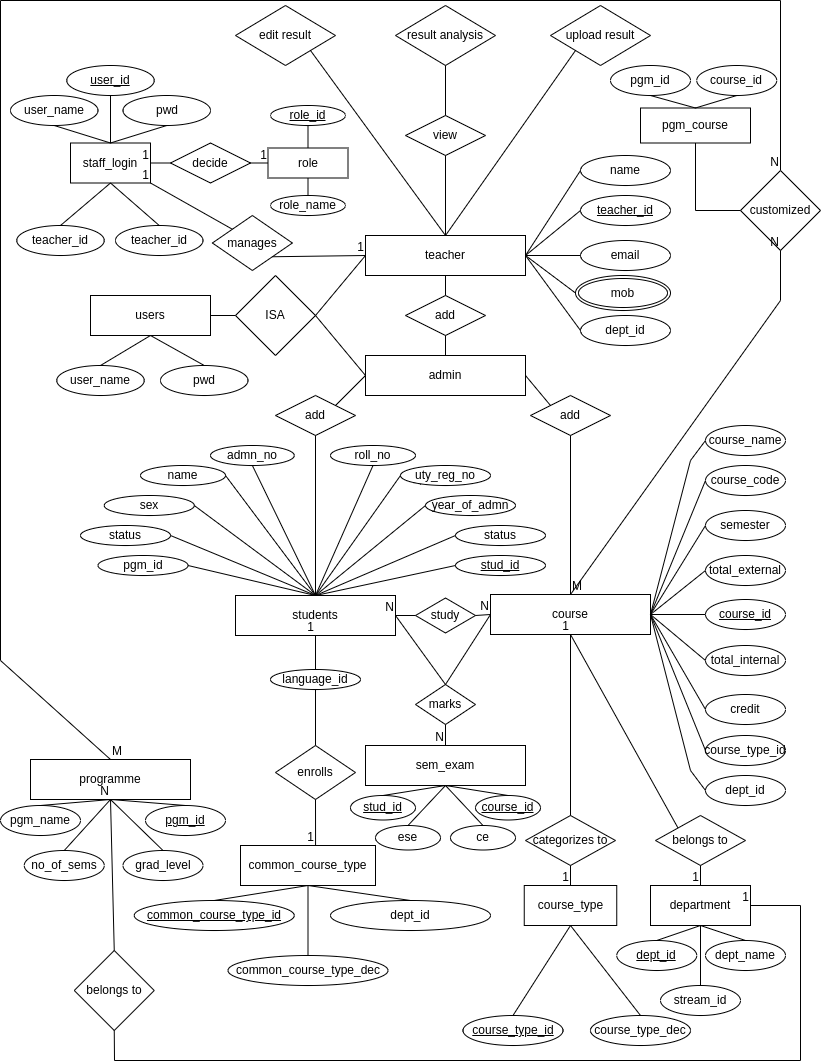
Above: RAS_Project_Report/er.png in Anjana2002/RAS_Project_Report (draw.io), before the change. Source tidied: cells renumbered, new cells last; positions are measured from the earlier drawing's top-left corner, leaving out a move shared by most shapes.
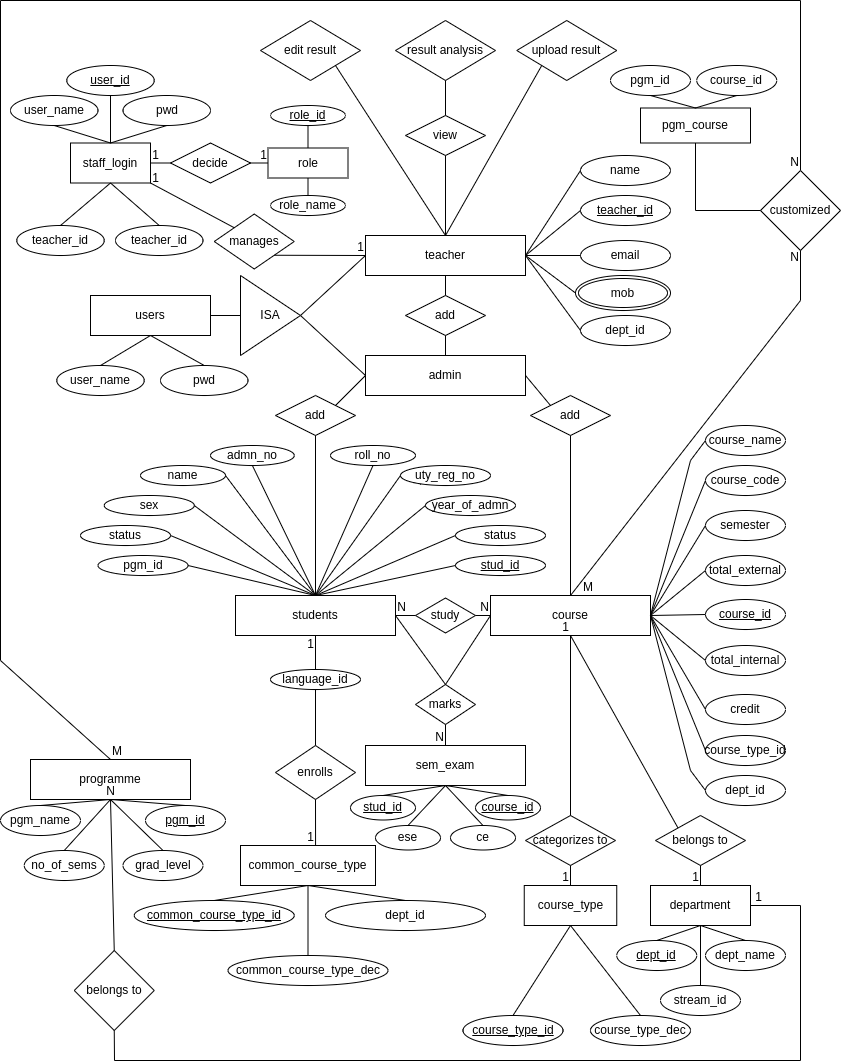
Later version of the same file.

The edit, as a diff of the source:
```diff
@@ -9,7 +9,7 @@
       <mxGeometry x="365" y="355" width="160" height="40" as="geometry" />
     </mxCell>
     <mxCell id="4" value="course" style="rounded=0;whiteSpace=wrap;html=1;" parent="1" vertex="1">
-      <mxGeometry x="490" y="594" width="160" height="40" as="geometry" />
+      <mxGeometry x="490" y="595" width="160" height="40" as="geometry" />
     </mxCell>
     <mxCell id="5" value="students" style="rounded=0;whiteSpace=wrap;html=1;" parent="1" vertex="1">
       <mxGeometry x="235" y="595" width="160" height="40" as="geometry" />
@@ -23,9 +23,6 @@
     <mxCell id="8" value="users" style="rounded=0;whiteSpace=wrap;html=1;" parent="1" vertex="1">
       <mxGeometry x="90" y="295" width="120" height="40" as="geometry" />
     </mxCell>
-    <mxCell id="9" value="ISA" style="rhombus;whiteSpace=wrap;html=1;" parent="1" vertex="1">
-      <mxGeometry x="235" y="275" width="80" height="80" as="geometry" />
-    </mxCell>
     <mxCell id="10" value="&lt;u&gt;user_id&lt;/u&gt;" style="ellipse;whiteSpace=wrap;html=1;" parent="1" vertex="1">
       <mxGeometry x="66.2" y="65" width="87.5" height="30" as="geometry" />
     </mxCell>
@@ -102,7 +99,7 @@
       <mxGeometry x="133.8" y="900" width="160" height="30" as="geometry" />
     </mxCell>
     <mxCell id="34" value="upload result" style="rhombus;whiteSpace=wrap;html=1;" parent="1" vertex="1">
-      <mxGeometry x="550" y="5" width="100" height="60" as="geometry" />
+      <mxGeometry x="516.2" y="20" width="100" height="60" as="geometry" />
     </mxCell>
     <mxCell id="35" value="email" style="ellipse;whiteSpace=wrap;html=1;" parent="1" vertex="1">
       <mxGeometry x="580" y="240" width="90" height="30" as="geometry" />
@@ -176,13 +173,13 @@
       <mxGeometry x="455" y="525" width="90" height="20" as="geometry" />
     </mxCell>
     <mxCell id="57" value="edit result" style="rhombus;whiteSpace=wrap;html=1;" parent="1" vertex="1">
-      <mxGeometry x="235" y="5" width="100" height="60" as="geometry" />
+      <mxGeometry x="260" y="20" width="100" height="60" as="geometry" />
     </mxCell>
     <mxCell id="58" value="pgm_course" style="rounded=0;whiteSpace=wrap;html=1;" parent="1" vertex="1">
       <mxGeometry x="640" y="107.5" width="110" height="35" as="geometry" />
     </mxCell>
     <mxCell id="59" value="result analysis" style="rhombus;whiteSpace=wrap;html=1;" parent="1" vertex="1">
-      <mxGeometry x="395" y="5" width="100" height="60" as="geometry" />
+      <mxGeometry x="395" y="20" width="100" height="60" as="geometry" />
     </mxCell>
     <mxCell id="60" value="dept_id" style="ellipse;whiteSpace=wrap;html=1;" parent="1" vertex="1">
       <mxGeometry x="580" y="315" width="90" height="30" as="geometry" />
@@ -218,7 +215,7 @@
       <mxGeometry x="616.2" y="940" width="80" height="30" as="geometry" />
     </mxCell>
     <mxCell id="71" value="dept_id" style="ellipse;whiteSpace=wrap;html=1;" parent="1" vertex="1">
-      <mxGeometry x="330" y="900" width="160" height="30" as="geometry" />
+      <mxGeometry x="325" y="900" width="160" height="30" as="geometry" />
     </mxCell>
     <mxCell id="72" value="language_id" style="ellipse;whiteSpace=wrap;html=1;" parent="1" vertex="1">
       <mxGeometry x="270" y="669" width="90" height="20" as="geometry" />
@@ -245,7 +242,7 @@
       <mxGeometry x="275" y="745" width="80" height="54" as="geometry" />
     </mxCell>
     <mxCell id="80" value="manages" style="rhombus;whiteSpace=wrap;html=1;" parent="1" vertex="1">
-      <mxGeometry x="211.9" y="215" width="80" height="55" as="geometry" />
+      <mxGeometry x="213.8" y="213.5" width="80" height="55" as="geometry" />
     </mxCell>
     <mxCell id="81" value="belongs to" style="rhombus;whiteSpace=wrap;html=1;" parent="1" vertex="1">
       <mxGeometry x="73.8" y="950" width="80" height="80" as="geometry" />
@@ -472,7 +469,9 @@
       <mxGeometry relative="1" as="geometry" />
     </mxCell>
     <mxCell id="153" value="N" style="html=1;whiteSpace=wrap;align=right;verticalAlign=bottom;" parent="152" vertex="1">
-      <mxGeometry x="1" relative="1" as="geometry" />
+      <mxGeometry x="1" relative="1" as="geometry">
+        <mxPoint x="12" as="offset" />
+      </mxGeometry>
     </mxCell>
     <mxCell id="154" style="endArrow=none;html=1;rounded=0;exitX=0.5;exitY=0;exitDx=0;exitDy=0;entryX=0.5;entryY=1;entryDx=0;entryDy=0;" parent="1" edge="1" source="77" target="4">
       <mxGeometry relative="1" as="geometry" />
@@ -496,7 +495,9 @@
       <mxGeometry relative="1" as="geometry" />
     </mxCell>
     <mxCell id="161" value="1" style="html=1;whiteSpace=wrap;align=right;verticalAlign=bottom;" parent="160" vertex="1">
-      <mxGeometry x="1" relative="1" as="geometry" />
+      <mxGeometry x="1" relative="1" as="geometry">
+        <mxPoint y="17" as="offset" />
+      </mxGeometry>
     </mxCell>
     <mxCell id="162" style="endArrow=none;html=1;rounded=0;exitX=0.5;exitY=1;exitDx=0;exitDy=0;entryX=0.556;entryY=0;entryDx=0;entryDy=0;entryPerimeter=0;" parent="1" edge="1" source="79" target="31">
       <mxGeometry relative="1" as="geometry" />
@@ -511,7 +512,9 @@
       <mxGeometry relative="1" as="geometry" />
     </mxCell>
     <mxCell id="166" value="N" style="html=1;whiteSpace=wrap;align=right;verticalAlign=bottom;" parent="165" vertex="1">
-      <mxGeometry x="1" relative="1" as="geometry" />
+      <mxGeometry x="1" relative="1" as="geometry">
+        <mxPoint x="6" as="offset" />
+      </mxGeometry>
     </mxCell>
     <mxCell id="167" style="endArrow=none;html=1;rounded=0;exitX=0.5;exitY=1;exitDx=0;exitDy=0;entryX=1;entryY=0.5;entryDx=0;entryDy=0;" parent="1" edge="1" source="81" target="7">
       <mxGeometry relative="1" as="geometry">
@@ -523,7 +526,9 @@
       </mxGeometry>
     </mxCell>
     <mxCell id="168" value="1" style="html=1;whiteSpace=wrap;align=right;verticalAlign=bottom;" parent="167" vertex="1">
-      <mxGeometry x="1" relative="1" as="geometry" />
+      <mxGeometry x="1" relative="1" as="geometry">
+        <mxPoint x="13" as="offset" />
+      </mxGeometry>
     </mxCell>
     <mxCell id="169" style="endArrow=none;html=1;rounded=0;exitX=0.5;exitY=1;exitDx=0;exitDy=0;entryX=0.5;entryY=0;entryDx=0;entryDy=0;" parent="1" edge="1" source="76" target="46">
       <mxGeometry relative="1" as="geometry" />
@@ -541,13 +546,17 @@
       <mxGeometry relative="1" as="geometry" />
     </mxCell>
     <mxCell id="174" value="1" style="html=1;whiteSpace=wrap;align=right;verticalAlign=bottom;" parent="173" vertex="1">
-      <mxGeometry x="1" relative="1" as="geometry" />
+      <mxGeometry x="1" relative="1" as="geometry">
+        <mxPoint x="10" y="4" as="offset" />
+      </mxGeometry>
     </mxCell>
     <mxCell id="175" style="endArrow=none;html=1;rounded=0;exitX=0;exitY=0.5;exitDx=0;exitDy=0;entryX=1;entryY=0.5;entryDx=0;entryDy=0;" parent="1" edge="1" source="64" target="36">
       <mxGeometry relative="1" as="geometry" />
     </mxCell>
     <mxCell id="176" value="1" style="html=1;whiteSpace=wrap;align=right;verticalAlign=bottom;" parent="175" vertex="1">
-      <mxGeometry x="1" relative="1" as="geometry" />
+      <mxGeometry x="1" relative="1" as="geometry">
+        <mxPoint x="10" as="offset" />
+      </mxGeometry>
     </mxCell>
     <mxCell id="177" style="endArrow=none;html=1;rounded=0;exitX=1;exitY=0.5;exitDx=0;exitDy=0;entryX=0;entryY=0.5;entryDx=0;entryDy=0;" parent="1" edge="1" source="64" target="38">
       <mxGeometry relative="1" as="geometry" />
@@ -560,7 +569,7 @@
         <Array as="points">
           <mxPoint y="660" />
           <mxPoint />
-          <mxPoint x="780" />
+          <mxPoint x="800" />
         </Array>
       </mxGeometry>
     </mxCell>
@@ -571,20 +580,24 @@
       <mxGeometry x="1" relative="1" as="geometry" />
     </mxCell>
     <mxCell id="182" value="customized" style="rhombus;whiteSpace=wrap;html=1;" parent="1" vertex="1">
-      <mxGeometry x="740" y="170" width="80" height="80" as="geometry" />
+      <mxGeometry x="760" y="170" width="80" height="80" as="geometry" />
     </mxCell>
     <mxCell id="183" style="endArrow=none;html=1;rounded=0;exitX=0.5;exitY=0;exitDx=0;exitDy=0;entryX=0.5;entryY=1;entryDx=0;entryDy=0;" parent="1" edge="1" source="4" target="182">
       <mxGeometry relative="1" as="geometry">
         <Array as="points">
-          <mxPoint x="780" y="300" />
+          <mxPoint x="800" y="300" />
         </Array>
       </mxGeometry>
     </mxCell>
     <mxCell id="184" value="M" style="html=1;whiteSpace=wrap;align=left;verticalAlign=bottom;" parent="183" vertex="1">
-      <mxGeometry x="-1" relative="1" as="geometry" />
+      <mxGeometry x="-1" relative="1" as="geometry">
+        <mxPoint x="11" as="offset" />
+      </mxGeometry>
     </mxCell>
     <mxCell id="185" value="N" style="html=1;whiteSpace=wrap;align=right;verticalAlign=bottom;" parent="183" vertex="1">
-      <mxGeometry x="1" relative="1" as="geometry" />
+      <mxGeometry x="1" relative="1" as="geometry">
+        <mxPoint y="15" as="offset" />
+      </mxGeometry>
     </mxCell>
     <mxCell id="186" value="pgm_id" style="ellipse;whiteSpace=wrap;html=1;" parent="1" vertex="1">
       <mxGeometry x="610" y="65" width="80" height="30" as="geometry" />
@@ -602,5 +615,8 @@
         </Array>
       </mxGeometry>
     </mxCell>
+    <mxCell id="9" value="ISA" style="triangle;whiteSpace=wrap;html=1;" parent="1" vertex="1">
+      <mxGeometry x="240" y="275" width="60" height="80" as="geometry" />
+    </mxCell>
   </root>
 </mxGraphModel>
```
